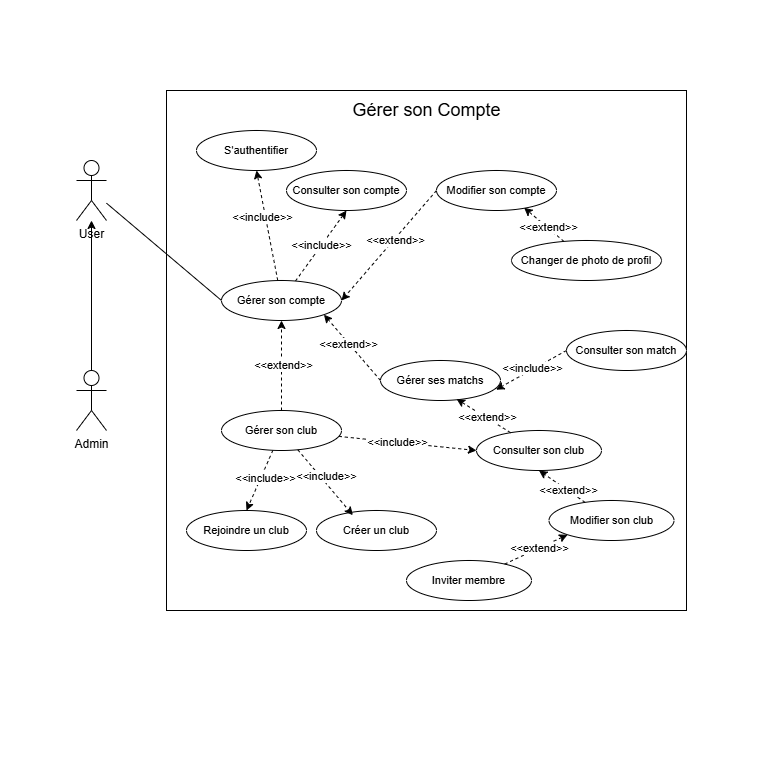
This is Diagram use case Profil.drawio.png from Mathistrg/Styx, a draw.io export, as it was before one commit. Source tidied: cells renumbered, new cells last; positions are measured from the earlier drawing's top-left corner, leaving out a move shared by most shapes.
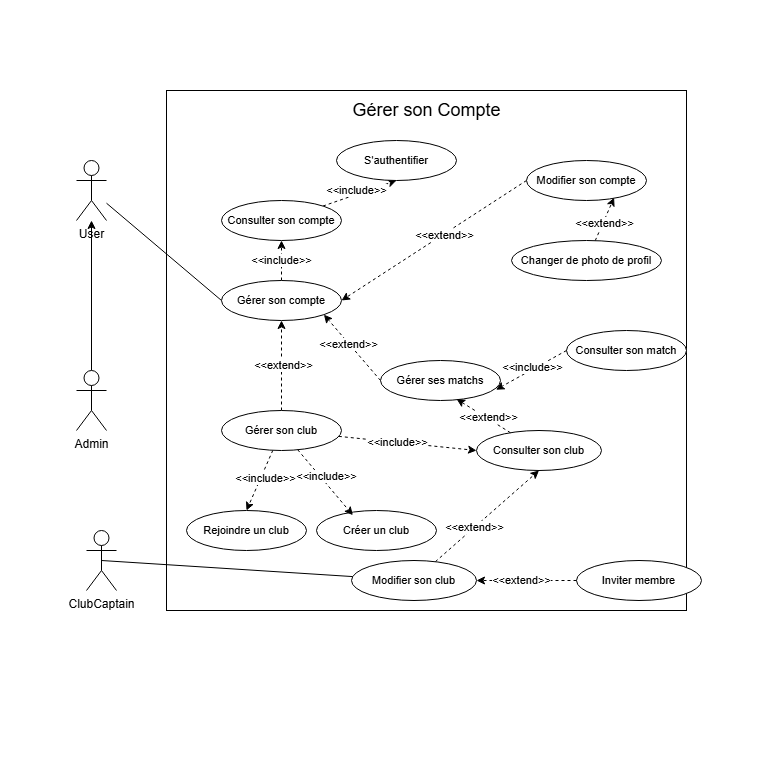
The same file after the commit.

Commit message:
Mettre à jour Diagram use case Profil.drawio.png

Diff of the diagram source:
```diff
@@ -32,11 +32,13 @@
     <mxCell id="11" value="&amp;lt;&amp;lt;extend&amp;gt;&amp;gt;" style="edgeLabel;html=1;align=center;verticalAlign=middle;fontFamily=Helvetica;fontSize=11;fontColor=default;labelBackgroundColor=default;fillColor=none;gradientColor=none;" parent="10" vertex="1">
       <mxGeometry x="-0.1" y="1" relative="1" as="geometry" />
     </mxCell>
-    <mxCell id="12" style="edgeStyle=none;shape=connector;rounded=0;jettySize=auto;html=1;entryX=0.5;entryY=1;entryDx=0;entryDy=0;dashed=1;strokeColor=default;align=center;verticalAlign=middle;fontFamily=Helvetica;fontSize=11;fontColor=default;labelBackgroundColor=default;endArrow=classic;endFill=1;" parent="1" edge="1" source="14" target="47">
+    <mxCell id="12" style="edgeStyle=none;shape=connector;rounded=0;jettySize=auto;html=1;entryX=0.5;entryY=1;entryDx=0;entryDy=0;dashed=1;strokeColor=default;align=center;verticalAlign=middle;fontFamily=Helvetica;fontSize=11;fontColor=default;labelBackgroundColor=default;endArrow=classic;endFill=1;" parent="1" edge="1" source="16" target="47">
       <mxGeometry relative="1" as="geometry" />
     </mxCell>
     <mxCell id="13" value="&amp;lt;&amp;lt;include&amp;gt;&amp;gt;" style="edgeLabel;html=1;align=center;verticalAlign=middle;fontFamily=Helvetica;fontSize=11;fontColor=default;labelBackgroundColor=default;fillColor=none;gradientColor=none;" parent="12" vertex="1">
-      <mxGeometry x="0.16" y="3" relative="1" as="geometry" />
+      <mxGeometry x="0.16" y="3" relative="1" as="geometry">
+        <mxPoint x="-8" y="2" as="offset" />
+      </mxGeometry>
     </mxCell>
     <mxCell id="14" value="Gérer son compte" style="ellipse;whiteSpace=wrap;html=1;fontFamily=Helvetica;fontSize=11;fontColor=default;labelBackgroundColor=default;" parent="1" vertex="1">
       <mxGeometry x="221" y="280" width="120" height="40" as="geometry" />
@@ -45,10 +47,10 @@
       <mxGeometry x="76" y="370" width="30" height="60" as="geometry" />
     </mxCell>
     <mxCell id="16" value="Consulter son compte" style="ellipse;whiteSpace=wrap;html=1;fontFamily=Helvetica;fontSize=11;fontColor=default;labelBackgroundColor=default;" parent="1" vertex="1">
-      <mxGeometry x="286" y="170" width="120" height="40" as="geometry" />
+      <mxGeometry x="221" y="200" width="120" height="40" as="geometry" />
     </mxCell>
     <mxCell id="17" value="Modifier son compte" style="ellipse;whiteSpace=wrap;html=1;fontFamily=Helvetica;fontSize=11;fontColor=default;labelBackgroundColor=default;" parent="1" vertex="1">
-      <mxGeometry x="436" y="170" width="120" height="40" as="geometry" />
+      <mxGeometry x="526" y="160" width="120" height="40" as="geometry" />
     </mxCell>
     <mxCell id="18" style="edgeStyle=none;shape=connector;rounded=0;jettySize=auto;html=1;entryX=0.73;entryY=0.93;entryDx=0;entryDy=0;dashed=1;strokeColor=default;align=center;verticalAlign=middle;fontFamily=Helvetica;fontSize=11;fontColor=default;labelBackgroundColor=default;endArrow=classic;endFill=1;entryPerimeter=0;" parent="1" edge="1" source="20" target="17">
       <mxGeometry relative="1" as="geometry" />
@@ -128,19 +130,25 @@
       <mxGeometry x="-0.26" relative="1" as="geometry" />
     </mxCell>
     <mxCell id="43" value="Modifier son club" style="ellipse;whiteSpace=wrap;html=1;fontFamily=Helvetica;fontSize=11;fontColor=default;labelBackgroundColor=default;" parent="1" vertex="1">
-      <mxGeometry x="548.5" y="500" width="125" height="40" as="geometry" />
+      <mxGeometry x="351" y="560" width="125" height="40" as="geometry" />
     </mxCell>
     <mxCell id="44" value="Inviter membre" style="ellipse;whiteSpace=wrap;html=1;fontFamily=Helvetica;fontSize=11;fontColor=default;labelBackgroundColor=default;" parent="1" vertex="1">
-      <mxGeometry x="406" y="560" width="125" height="40" as="geometry" />
+      <mxGeometry x="576" y="560" width="125" height="40" as="geometry" />
     </mxCell>
-    <mxCell id="45" style="edgeStyle=none;shape=connector;rounded=0;jettySize=auto;html=1;entryX=0;entryY=1;entryDx=0;entryDy=0;dashed=1;strokeColor=default;align=center;verticalAlign=middle;fontFamily=Helvetica;fontSize=11;fontColor=default;labelBackgroundColor=default;endArrow=classic;endFill=1;" parent="1" edge="1" source="44" target="43">
+    <mxCell id="45" style="edgeStyle=none;shape=connector;rounded=0;jettySize=auto;html=1;dashed=1;strokeColor=default;align=center;verticalAlign=middle;fontFamily=Helvetica;fontSize=11;fontColor=default;labelBackgroundColor=default;endArrow=classic;endFill=1;" parent="1" edge="1" source="44" target="43">
       <mxGeometry relative="1" as="geometry" />
     </mxCell>
     <mxCell id="46" value="&amp;lt;&amp;lt;extend&amp;gt;&amp;gt;" style="edgeLabel;html=1;align=center;verticalAlign=middle;fontFamily=Helvetica;fontSize=11;fontColor=default;labelBackgroundColor=default;fillColor=none;gradientColor=none;" parent="45" vertex="1">
       <mxGeometry x="0.1" relative="1" as="geometry" />
     </mxCell>
     <mxCell id="47" value="S'authentifier" style="ellipse;whiteSpace=wrap;html=1;fontFamily=Helvetica;fontSize=11;fontColor=default;labelBackgroundColor=default;" parent="1" vertex="1">
-      <mxGeometry x="196" y="130" width="120" height="40" as="geometry" />
+      <mxGeometry x="336" y="140" width="120" height="40" as="geometry" />
     </mxCell>
+    <mxCell id="48" value="ClubCaptain" style="shape=umlActor;verticalLabelPosition=bottom;verticalAlign=top;html=1;outlineConnect=0;" parent="1" vertex="1">
+      <mxGeometry x="86" y="530" width="30" height="60" as="geometry" />
+    </mxCell>
+    <mxCell id="49" style="edgeStyle=none;shape=connector;rounded=0;jettySize=auto;html=1;strokeColor=default;align=center;verticalAlign=middle;fontFamily=Helvetica;fontSize=11;fontColor=default;labelBackgroundColor=default;endArrow=none;endFill=0;exitX=0.5;exitY=0.5;exitDx=0;exitDy=0;exitPerimeter=0;" parent="1" edge="1" source="48" target="43">
+      <mxGeometry relative="1" as="geometry" />
+    </mxCell>
   </root>
 </mxGraphModel>
```
